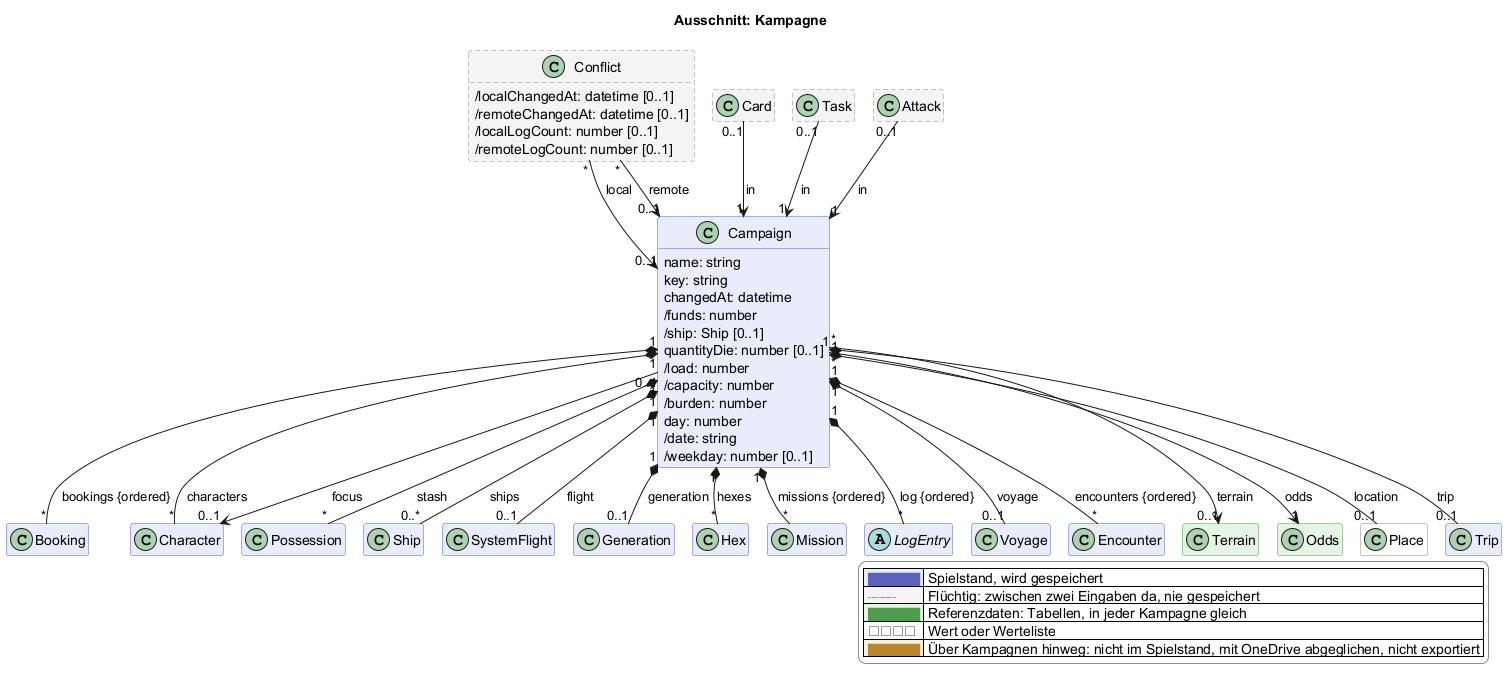
Above: docs/views/kampagne.png in scuzzar/SRE (PlantUML), before the change.
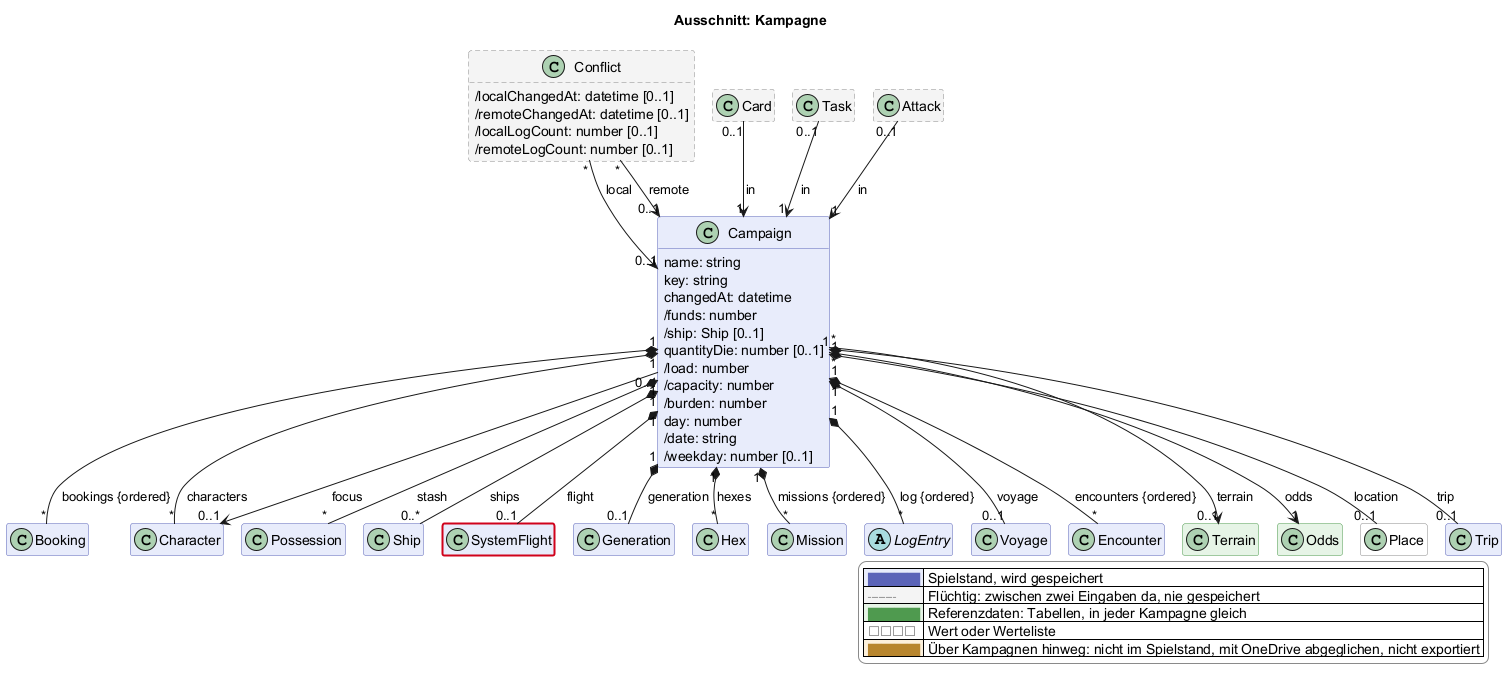
After the change.

What changed in the source:
```diff
@@ -160,4 +160,5 @@
   |<#ffffff> <color:#8a8a8a>□□□□</color> | Wert oder Werteliste |
   |<#fdf1dc> <color:#b8862e>████</color> | Über Kampagnen hinweg: nicht im Spielstand, mit OneDrive abgeglichen, nicht exportiert |
 endlegend
+class SystemFlight #line:d0021b;line.bold
 @enduml
```
